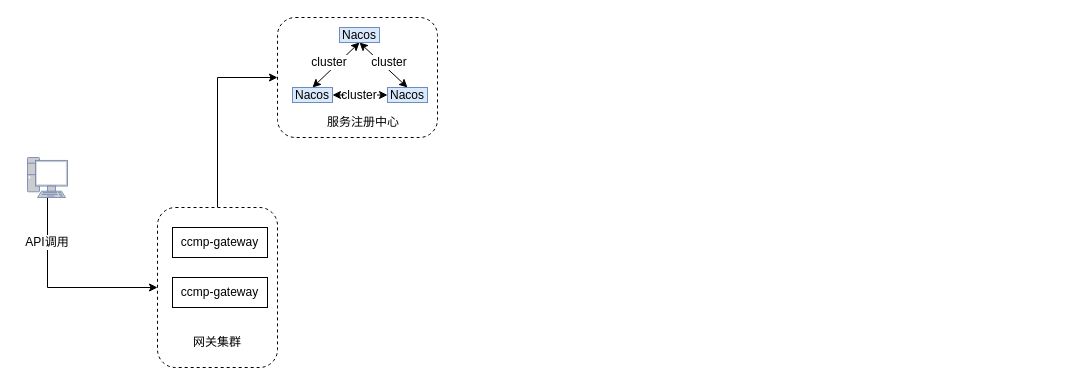
scrollsyou/doc keeps this draw.io diagram as ccmp.drawio. Above is the earlier version. Source tidied: cells renumbered, new cells numbered last; positions are measured from the earlier drawing's top-left corner, leaving out a move shared by most shapes. Both pictures are drawn from the tidied source at 100%, with x=0, y=0 at pixel (17, 17).
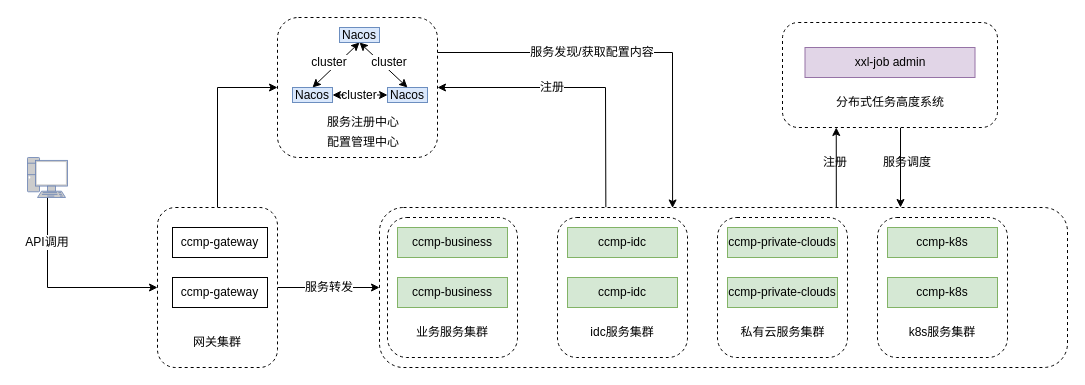
The same diagram, later.

Unchanged cells that the change refers to:
```xml
<mxCell id="16" style="rounded=1;whiteSpace=wrap;html=1;labelBackgroundColor=default;dashed=1;" parent="1" vertex="1">
  <mxGeometry x="140" y="190" width="120" height="160" as="geometry" />
</mxCell>
```

Diff of the diagram source:
```diff
@@
+    <mxCell id="22" style="edgeStyle=none;rounded=0;jettySize=auto;html=1;exitX=0.329;exitY=-0.001;exitDx=0;exitDy=0;entryX=1;entryY=0.5;entryDx=0;entryDy=0;startArrow=none;startFill=0;endArrow=classic;endFill=1;strokeColor=default;exitPerimeter=0;" parent="1" edge="1" source="24" target="2">
+      <mxGeometry relative="1" as="geometry">
+        <Array as="points">
+          <mxPoint x="588" y="70" />
+        </Array>
+      </mxGeometry>
+    </mxCell>
+    <mxCell id="23" style="edgeStyle=none;rounded=0;jettySize=auto;html=1;exitX=0.75;exitY=0;exitDx=0;exitDy=0;startArrow=classic;startFill=1;endArrow=none;endFill=0;strokeColor=default;entryX=0.549;entryY=1;entryDx=0;entryDy=0;entryPerimeter=0;" parent="1" edge="1" target="48">
+      <mxGeometry relative="1" as="geometry">
+        <mxPoint x="883" y="190" as="sourcePoint" />
+      </mxGeometry>
+    </mxCell>
+    <mxCell id="24" style="rounded=1;whiteSpace=wrap;html=1;labelBackgroundColor=default;dashed=1;" parent="1" vertex="1">
+      <mxGeometry x="362" y="190" width="688" height="160" as="geometry" />
+    </mxCell>
+    <mxCell id="25" style="rounded=1;whiteSpace=wrap;html=1;labelBackgroundColor=default;dashed=1;" parent="1" vertex="1">
+      <mxGeometry x="370" y="200" width="130" height="140" as="geometry" />
+    </mxCell>
+    <mxCell id="26" style="edgeStyle=none;rounded=0;jettySize=auto;html=1;exitX=1;exitY=0.25;exitDx=0;exitDy=0;entryX=0.426;entryY=0.003;entryDx=0;entryDy=0;entryPerimeter=0;startArrow=none;startFill=0;endArrow=classic;endFill=1;strokeColor=default;" parent="1" edge="1" source="2" target="24">
+      <mxGeometry relative="1" as="geometry">
+        <Array as="points">
+          <mxPoint x="655" y="35" />
+        </Array>
+      </mxGeometry>
+    </mxCell>
     <mxCell id="2" style="rounded=1;whiteSpace=wrap;html=1;dashed=1;" parent="1" vertex="1">
-      <mxGeometry x="260" width="160" height="120" as="geometry" />
+      <mxGeometry x="260" width="160" height="140" as="geometry" />
     </mxCell>
@@
     <mxCell id="14" style="edgeStyle=none;jettySize=auto;html=1;exitX=0.5;exitY=0;exitDx=0;exitDy=0;entryX=0;entryY=0.5;entryDx=0;entryDy=0;startArrow=none;startFill=0;strokeColor=default;rounded=0;" parent="1" edge="1" source="16" target="2">
       <mxGeometry relative="1" as="geometry">
         <Array as="points">
-          <mxPoint x="200" y="60" />
+          <mxPoint x="200" y="70" />
         </Array>
       </mxGeometry>
     </mxCell>
@@
+    <mxCell id="27" style="edgeStyle=none;rounded=0;jettySize=auto;html=1;exitX=1;exitY=0.5;exitDx=0;exitDy=0;entryX=0;entryY=0.5;entryDx=0;entryDy=0;startArrow=none;startFill=0;endArrow=classic;endFill=1;strokeColor=default;" parent="1" edge="1" source="16" target="24">
+      <mxGeometry relative="1" as="geometry" />
+    </mxCell>
@@
+    <mxCell id="28" value="ccmp-business" style="rounded=0;whiteSpace=wrap;html=1;labelBackgroundColor=none;fillColor=#d5e8d4;strokeColor=#82b366;" parent="1" vertex="1">
+      <mxGeometry x="380" y="210" width="110" height="30" as="geometry" />
+    </mxCell>
+    <mxCell id="29" value="ccmp-business" style="rounded=0;whiteSpace=wrap;html=1;labelBackgroundColor=none;fillColor=#d5e8d4;strokeColor=#82b366;" parent="1" vertex="1">
+      <mxGeometry x="380" y="260" width="110" height="30" as="geometry" />
+    </mxCell>
+    <mxCell id="30" value="业务服务集群" style="text;html=1;strokeColor=none;fillColor=none;align=center;verticalAlign=middle;whiteSpace=wrap;rounded=0;dashed=1;labelBackgroundColor=default;" parent="1" vertex="1">
+      <mxGeometry x="395" y="300" width="80" height="30" as="geometry" />
+    </mxCell>
+    <mxCell id="31" style="rounded=1;whiteSpace=wrap;html=1;labelBackgroundColor=default;dashed=1;" parent="1" vertex="1">
+      <mxGeometry x="540" y="200" width="130" height="140" as="geometry" />
+    </mxCell>
+    <mxCell id="32" value="idc服务集群" style="text;html=1;strokeColor=none;fillColor=none;align=center;verticalAlign=middle;whiteSpace=wrap;rounded=0;dashed=1;labelBackgroundColor=default;" parent="1" vertex="1">
+      <mxGeometry x="565" y="300" width="80" height="30" as="geometry" />
+    </mxCell>
+    <mxCell id="33" value="ccmp-idc" style="rounded=0;whiteSpace=wrap;html=1;labelBackgroundColor=none;fillColor=#d5e8d4;strokeColor=#82b366;" parent="1" vertex="1">
+      <mxGeometry x="550" y="260" width="110" height="30" as="geometry" />
+    </mxCell>
+    <mxCell id="34" value="ccmp-idc" style="rounded=0;whiteSpace=wrap;html=1;labelBackgroundColor=none;fillColor=#d5e8d4;strokeColor=#82b366;" parent="1" vertex="1">
+      <mxGeometry x="550" y="210" width="110" height="30" as="geometry" />
+    </mxCell>
+    <mxCell id="35" style="rounded=1;whiteSpace=wrap;html=1;labelBackgroundColor=default;dashed=1;" parent="1" vertex="1">
+      <mxGeometry x="700" y="200" width="130" height="140" as="geometry" />
+    </mxCell>
+    <mxCell id="36" value="私有云服务集群" style="text;html=1;strokeColor=none;fillColor=none;align=center;verticalAlign=middle;whiteSpace=wrap;rounded=0;dashed=1;labelBackgroundColor=default;" parent="1" vertex="1">
+      <mxGeometry x="717.5" y="300" width="95" height="30" as="geometry" />
+    </mxCell>
+    <mxCell id="37" value="ccmp-private-clouds" style="rounded=0;whiteSpace=wrap;html=1;labelBackgroundColor=none;fillColor=#d5e8d4;strokeColor=#82b366;" parent="1" vertex="1">
+      <mxGeometry x="710" y="260" width="110" height="30" as="geometry" />
+    </mxCell>
+    <mxCell id="38" value="ccmp-private-clouds" style="rounded=0;whiteSpace=wrap;html=1;labelBackgroundColor=none;fillColor=#d5e8d4;strokeColor=#82b366;" parent="1" vertex="1">
+      <mxGeometry x="710" y="210" width="110" height="30" as="geometry" />
+    </mxCell>
+    <mxCell id="39" style="rounded=1;whiteSpace=wrap;html=1;labelBackgroundColor=default;dashed=1;" parent="1" vertex="1">
+      <mxGeometry x="860" y="200" width="130" height="140" as="geometry" />
+    </mxCell>
+    <mxCell id="40" value="k8s服务集群" style="text;html=1;strokeColor=none;fillColor=none;align=center;verticalAlign=middle;whiteSpace=wrap;rounded=0;dashed=1;labelBackgroundColor=default;" parent="1" vertex="1">
+      <mxGeometry x="885" y="300" width="80" height="30" as="geometry" />
+    </mxCell>
+    <mxCell id="41" value="ccmp-k8s" style="rounded=0;whiteSpace=wrap;html=1;labelBackgroundColor=none;fillColor=#d5e8d4;strokeColor=#82b366;" parent="1" vertex="1">
+      <mxGeometry x="870" y="260" width="110" height="30" as="geometry" />
+    </mxCell>
+    <mxCell id="42" value="ccmp-k8s" style="rounded=0;whiteSpace=wrap;html=1;labelBackgroundColor=none;fillColor=#d5e8d4;strokeColor=#82b366;" parent="1" vertex="1">
+      <mxGeometry x="870" y="210" width="110" height="30" as="geometry" />
+    </mxCell>
+    <mxCell id="43" value="配置管理中心" style="text;html=1;strokeColor=none;fillColor=none;align=center;verticalAlign=middle;whiteSpace=wrap;rounded=0;labelBackgroundColor=default;" parent="1" vertex="1">
+      <mxGeometry x="302" y="110" width="88" height="30" as="geometry" />
+    </mxCell>
+    <mxCell id="44" value="注册" style="text;html=1;strokeColor=none;fillColor=none;align=center;verticalAlign=middle;whiteSpace=wrap;rounded=0;dashed=1;labelBackgroundColor=default;" parent="1" vertex="1">
+      <mxGeometry x="505" y="55" width="60" height="30" as="geometry" />
+    </mxCell>
+    <mxCell id="45" value="服务发现/获取配置内容" style="text;html=1;strokeColor=none;fillColor=none;align=center;verticalAlign=middle;whiteSpace=wrap;rounded=0;dashed=1;labelBackgroundColor=default;" parent="1" vertex="1">
+      <mxGeometry x="505" y="20" width="140" height="30" as="geometry" />
+    </mxCell>
+    <mxCell id="46" value="服务转发" style="text;html=1;strokeColor=none;fillColor=none;align=center;verticalAlign=middle;whiteSpace=wrap;rounded=0;dashed=1;labelBackgroundColor=default;" parent="1" vertex="1">
+      <mxGeometry x="282" y="255" width="60" height="30" as="geometry" />
+    </mxCell>
+    <mxCell id="47" style="edgeStyle=none;rounded=0;jettySize=auto;html=1;exitX=0.25;exitY=1;exitDx=0;exitDy=0;entryX=0.664;entryY=0.002;entryDx=0;entryDy=0;entryPerimeter=0;startArrow=classic;startFill=1;endArrow=none;endFill=0;strokeColor=default;" parent="1" edge="1" source="48" target="24">
+      <mxGeometry relative="1" as="geometry" />
+    </mxCell>
+    <mxCell id="48" style="rounded=1;whiteSpace=wrap;html=1;dashed=1;labelBackgroundColor=default;" parent="1" vertex="1">
+      <mxGeometry x="765" y="5" width="215" height="105" as="geometry" />
+    </mxCell>
+    <mxCell id="49" value="xxl-job admin" style="rounded=0;whiteSpace=wrap;html=1;labelBackgroundColor=none;fillColor=#e1d5e7;strokeColor=#9673a6;" parent="1" vertex="1">
+      <mxGeometry x="787.5" y="30" width="170" height="30" as="geometry" />
+    </mxCell>
+    <mxCell id="50" value="分布式任务高度系统" style="text;html=1;strokeColor=none;fillColor=none;align=center;verticalAlign=middle;whiteSpace=wrap;rounded=0;dashed=1;labelBackgroundColor=default;" parent="1" vertex="1">
+      <mxGeometry x="792.5" y="70" width="160" height="30" as="geometry" />
+    </mxCell>
+    <mxCell id="51" value="注册" style="text;html=1;strokeColor=none;fillColor=none;align=center;verticalAlign=middle;whiteSpace=wrap;rounded=0;labelBackgroundColor=none;" parent="1" vertex="1">
+      <mxGeometry x="788" y="130" width="60" height="30" as="geometry" />
+    </mxCell>
+    <mxCell id="52" value="服务调度" style="text;html=1;strokeColor=none;fillColor=none;align=center;verticalAlign=middle;whiteSpace=wrap;rounded=0;labelBackgroundColor=none;" parent="1" vertex="1">
+      <mxGeometry x="860" y="130" width="60" height="30" as="geometry" />
+    </mxCell>
```
